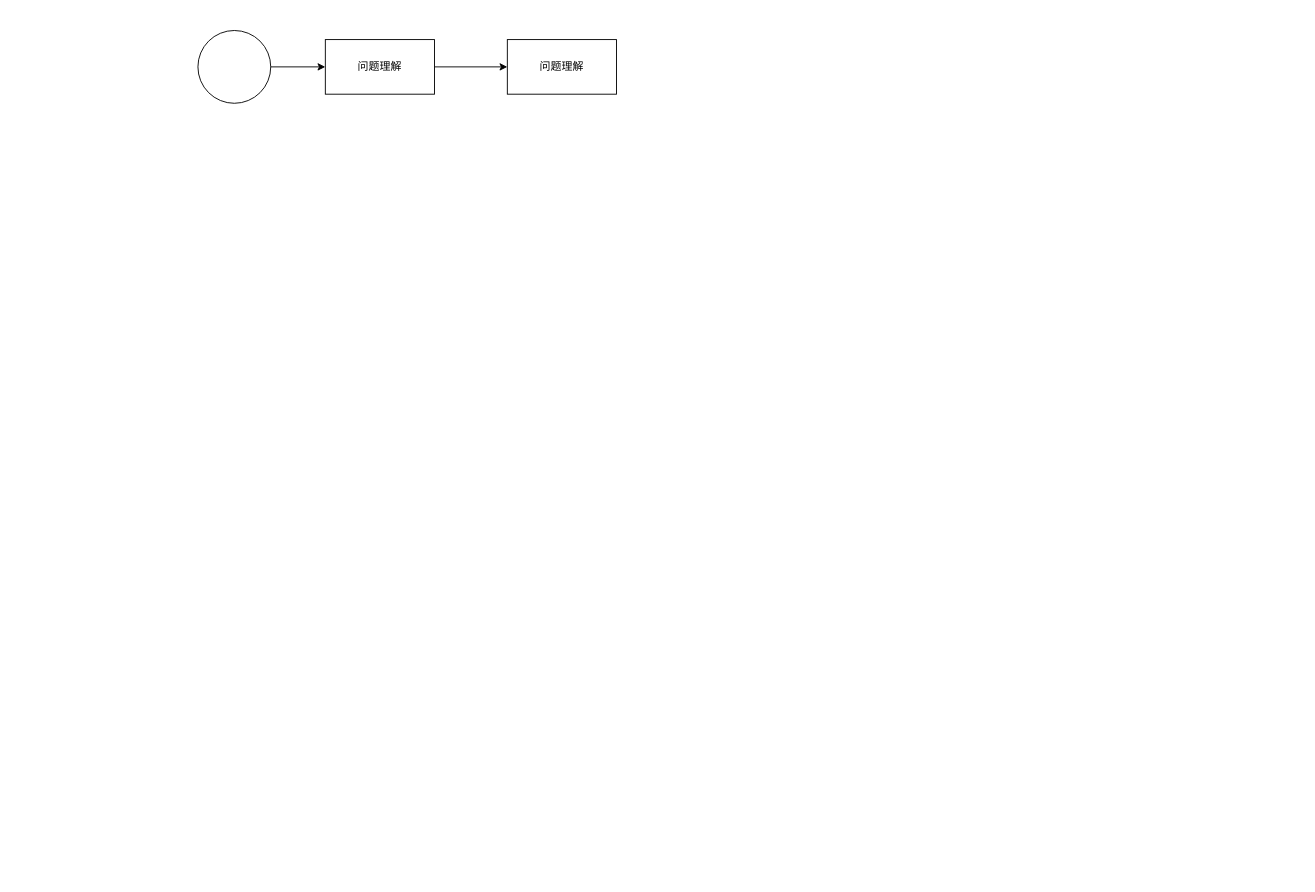
Earlier version of the draw.io diagram 问答机器人现状.drawio (FlyThroughAir/DrawHere). Source tidied: cells renumbered, new cells numbered last; positions are measured from the earlier drawing's top-left corner, leaving out a move shared by most shapes. Both pictures are drawn from the tidied source at 91%, with x=0, y=0 at pixel (197, 30).
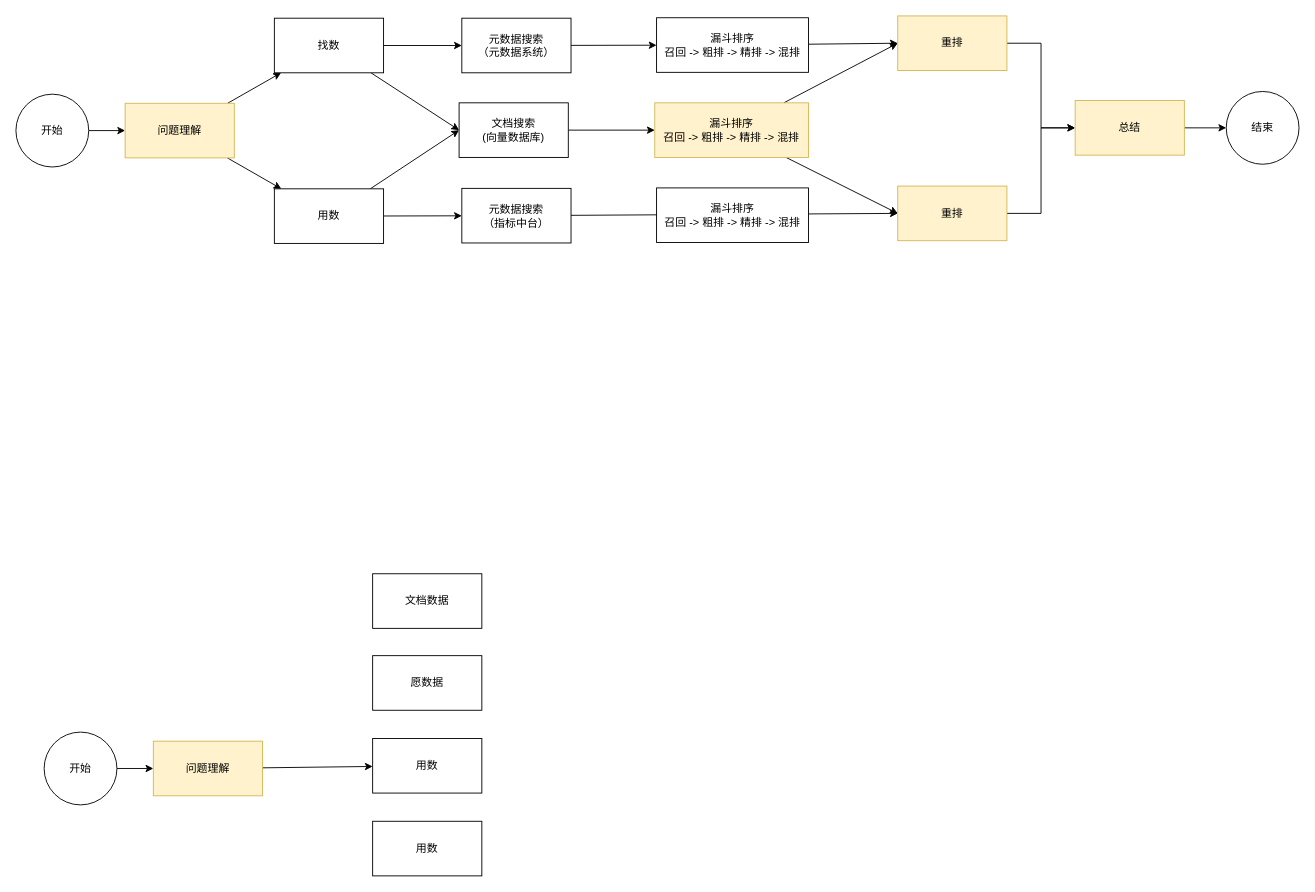
The same page after the edit.

Commit message (it also covers changes not shown here):
更新问答机器人现状.drawio

What changed in the source:
```diff
@@
-    <mxCell id="3" style="ellipse;whiteSpace=wrap;html=1;" parent="1" vertex="1">
-      <mxGeometry width="80" height="80" as="geometry" />
+    <mxCell id="3" value="开始" style="ellipse;whiteSpace=wrap;html=1;" parent="1" vertex="1">
+      <mxGeometry x="-200" y="70" width="80" height="80" as="geometry" />
     </mxCell>
-    <mxCell id="4" style="edgeStyle=orthogonalEdgeStyle;rounded=0;jettySize=auto;html=1;" parent="1" edge="1" source="5" target="6">
+    <mxCell id="4" style="rounded=0;jettySize=auto;html=1;" parent="1" edge="1" source="5" target="6">
       <mxGeometry relative="1" as="geometry" />
     </mxCell>
+    <mxCell id="7" style="rounded=0;jettySize=auto;html=1;" parent="1" edge="1" source="5" target="12">
+      <mxGeometry relative="1" as="geometry" />
+    </mxCell>
-    <mxCell id="5" value="问题理解" style="whiteSpace=wrap;html=1;" parent="1" vertex="1">
-      <mxGeometry x="140" y="10" width="120" height="60" as="geometry" />
+    <mxCell id="5" value="问题理解" style="whiteSpace=wrap;html=1;fillColor=#fff2cc;strokeColor=#d6b656;" parent="1" vertex="1">
+      <mxGeometry x="-80" y="80" width="120" height="60" as="geometry" />
     </mxCell>
+    <mxCell id="8" style="rounded=0;jettySize=auto;html=1;" parent="1" edge="1" source="38" target="15">
+      <mxGeometry relative="1" as="geometry" />
+    </mxCell>
+    <mxCell id="9" style="rounded=0;jettySize=auto;html=1;entryX=0;entryY=0.5;entryDx=0;entryDy=0;" parent="1" edge="1" source="6" target="21">
+      <mxGeometry relative="1" as="geometry" />
+    </mxCell>
-    <mxCell id="6" value="问题理解" style="whiteSpace=wrap;html=1;" parent="1" vertex="1">
-      <mxGeometry x="340" y="10" width="120" height="60" as="geometry" />
+    <mxCell id="6" value="找数" style="whiteSpace=wrap;html=1;" parent="1" vertex="1">
+      <mxGeometry x="84" y="-13.5" width="120" height="60" as="geometry" />
     </mxCell>
+    <mxCell id="10" style="rounded=0;jettySize=auto;html=1;" parent="1" edge="1" source="12" target="20">
+      <mxGeometry relative="1" as="geometry" />
+    </mxCell>
+    <mxCell id="11" style="rounded=0;jettySize=auto;html=1;entryX=0;entryY=0.5;entryDx=0;entryDy=0;" parent="1" edge="1" source="12" target="21">
+      <mxGeometry relative="1" as="geometry" />
+    </mxCell>
+    <mxCell id="12" value="用数" style="whiteSpace=wrap;html=1;" parent="1" vertex="1">
+      <mxGeometry x="84" y="174" width="120" height="60" as="geometry" />
+    </mxCell>
+    <mxCell id="13" style="edgeStyle=orthogonalEdgeStyle;rounded=0;jettySize=auto;html=1;entryX=0;entryY=0.5;entryDx=0;entryDy=0;exitX=1;exitY=0.5;exitDx=0;exitDy=0;" parent="1" edge="1" source="21" target="18">
+      <mxGeometry relative="1" as="geometry" />
+    </mxCell>
+    <mxCell id="14" style="rounded=0;jettySize=auto;html=1;entryX=0;entryY=0.5;entryDx=0;entryDy=0;" parent="1" edge="1" source="15" target="23">
+      <mxGeometry relative="1" as="geometry" />
+    </mxCell>
+    <mxCell id="15" value="漏斗排序&lt;div&gt;&lt;span style=&quot;background-color: initial; white-space: pre;&quot; class=&quot;text-only&quot;&gt;召回 -&amp;gt; 粗排 -&amp;gt; 精排 &lt;/span&gt;&lt;span style=&quot;white-space: pre;&quot;&gt;-&amp;gt; &lt;/span&gt;&lt;span style=&quot;background-color: initial; white-space: pre;&quot; class=&quot;text-only text-with-abbreviation text-with-abbreviation-bottomline&quot;&gt;混排&lt;/span&gt;&lt;br&gt;&lt;/div&gt;" style="whiteSpace=wrap;html=1;" parent="1" vertex="1">
+      <mxGeometry x="504" y="-14" width="167" height="60" as="geometry" />
+    </mxCell>
+    <mxCell id="16" style="rounded=0;jettySize=auto;html=1;entryX=0;entryY=0.5;entryDx=0;entryDy=0;" parent="1" edge="1" source="18" target="23">
+      <mxGeometry relative="1" as="geometry" />
+    </mxCell>
+    <mxCell id="17" style="rounded=0;jettySize=auto;html=1;entryX=0;entryY=0.5;entryDx=0;entryDy=0;" parent="1" edge="1" source="18" target="25">
+      <mxGeometry relative="1" as="geometry" />
+    </mxCell>
+    <mxCell id="18" value="&lt;div&gt;漏斗排序&lt;div&gt;&lt;span style=&quot;background-color: initial; white-space: pre;&quot; class=&quot;text-only&quot;&gt;召回 -&amp;gt; 粗排 -&amp;gt; 精排 &lt;/span&gt;&lt;span style=&quot;white-space: pre;&quot;&gt;-&amp;gt; &lt;/span&gt;&lt;span style=&quot;background-color: initial; white-space: pre;&quot; class=&quot;text-only text-with-abbreviation text-with-abbreviation-bottomline&quot;&gt;混排&lt;/span&gt;&lt;/div&gt;&lt;/div&gt;" style="whiteSpace=wrap;html=1;fillColor=#fff2cc;strokeColor=#d6b656;" parent="1" vertex="1">
+      <mxGeometry x="502" y="79.5" width="169" height="60" as="geometry" />
+    </mxCell>
+    <mxCell id="19" style="rounded=0;jettySize=auto;html=1;entryX=0;entryY=0.5;entryDx=0;entryDy=0;" parent="1" edge="1" source="20" target="25">
+      <mxGeometry relative="1" as="geometry" />
+    </mxCell>
+    <mxCell id="20" value="元数据搜索&lt;div&gt;（指标中台）&lt;/div&gt;" style="whiteSpace=wrap;html=1;" parent="1" vertex="1">
+      <mxGeometry x="290" y="173.5" width="120" height="60" as="geometry" />
+    </mxCell>
+    <mxCell id="21" value="文档搜索&lt;div&gt;(&lt;span style=&quot;background-color: initial;&quot;&gt;向量数据库&lt;/span&gt;&lt;span style=&quot;background-color: initial;&quot;&gt;)&lt;/span&gt;&lt;/div&gt;" style="whiteSpace=wrap;html=1;" parent="1" vertex="1">
+      <mxGeometry x="287" y="79.5" width="120" height="60" as="geometry" />
+    </mxCell>
+    <mxCell id="22" style="edgeStyle=orthogonalEdgeStyle;rounded=0;jettySize=auto;html=1;entryX=0;entryY=0.5;entryDx=0;entryDy=0;" parent="1" edge="1" source="23" target="27">
+      <mxGeometry relative="1" as="geometry" />
+    </mxCell>
+    <mxCell id="23" value="重排" style="whiteSpace=wrap;html=1;fillColor=#fff2cc;strokeColor=#d6b656;" parent="1" vertex="1">
+      <mxGeometry x="769" y="-16" width="120" height="60" as="geometry" />
+    </mxCell>
+    <mxCell id="24" style="edgeStyle=orthogonalEdgeStyle;rounded=0;jettySize=auto;html=1;entryX=0;entryY=0.5;entryDx=0;entryDy=0;" parent="1" edge="1" source="25" target="27">
+      <mxGeometry relative="1" as="geometry" />
+    </mxCell>
+    <mxCell id="25" value="重排" style="whiteSpace=wrap;html=1;fillColor=#fff2cc;strokeColor=#d6b656;" parent="1" vertex="1">
+      <mxGeometry x="769" y="171" width="120" height="60" as="geometry" />
+    </mxCell>
+    <mxCell id="26" style="edgeStyle=orthogonalEdgeStyle;rounded=0;jettySize=auto;html=1;entryX=0;entryY=0.5;entryDx=0;entryDy=0;" parent="1" edge="1" source="27" target="28">
+      <mxGeometry relative="1" as="geometry" />
+    </mxCell>
+    <mxCell id="27" value="总结" style="whiteSpace=wrap;html=1;fillColor=#fff2cc;strokeColor=#d6b656;" parent="1" vertex="1">
+      <mxGeometry x="964" y="77" width="120" height="60" as="geometry" />
+    </mxCell>
+    <mxCell id="28" value="结束" style="ellipse;whiteSpace=wrap;html=1;" parent="1" vertex="1">
+      <mxGeometry x="1130" y="67" width="80" height="80" as="geometry" />
+    </mxCell>
+    <mxCell id="29" style="edgeStyle=orthogonalEdgeStyle;rounded=0;jettySize=auto;html=1;" parent="1" edge="1" source="30" target="32">
+      <mxGeometry relative="1" as="geometry" />
+    </mxCell>
+    <mxCell id="30" value="开始" style="ellipse;whiteSpace=wrap;html=1;" parent="1" vertex="1">
+      <mxGeometry x="-169" y="771" width="80" height="80" as="geometry" />
+    </mxCell>
+    <mxCell id="31" style="rounded=0;jettySize=auto;html=1;" parent="1" edge="1" source="32" target="33">
+      <mxGeometry relative="1" as="geometry" />
+    </mxCell>
+    <mxCell id="32" value="问题理解" style="whiteSpace=wrap;html=1;fillColor=#fff2cc;strokeColor=#d6b656;" parent="1" vertex="1">
+      <mxGeometry x="-49" y="781" width="120" height="60" as="geometry" />
+    </mxCell>
+    <mxCell id="33" value="用数" style="whiteSpace=wrap;html=1;" parent="1" vertex="1">
+      <mxGeometry x="192" y="778" width="120" height="60" as="geometry" />
+    </mxCell>
+    <mxCell id="34" value="愿数据" style="whiteSpace=wrap;html=1;" parent="1" vertex="1">
+      <mxGeometry x="192" y="687" width="120" height="60" as="geometry" />
+    </mxCell>
+    <mxCell id="35" value="用数" style="whiteSpace=wrap;html=1;" parent="1" vertex="1">
+      <mxGeometry x="192" y="869" width="120" height="60" as="geometry" />
+    </mxCell>
+    <mxCell id="36" value="文档数据" style="whiteSpace=wrap;html=1;" parent="1" vertex="1">
+      <mxGeometry x="192" y="597" width="120" height="60" as="geometry" />
+    </mxCell>
+    <mxCell id="37" style="rounded=0;jettySize=auto;html=1;" parent="1" edge="1" source="6" target="38">
+      <mxGeometry relative="1" as="geometry" />
+    </mxCell>
+    <mxCell id="38" value="元数据搜索&lt;div&gt;（元数据系统）&lt;/div&gt;" style="whiteSpace=wrap;html=1;" parent="1" vertex="1">
+      <mxGeometry x="290" y="-13.5" width="120" height="60" as="geometry" />
+    </mxCell>
+    <mxCell id="39" value="漏斗排序&lt;div&gt;&lt;span style=&quot;background-color: initial; white-space: pre;&quot; class=&quot;text-only&quot;&gt;召回 -&amp;gt; 粗排 -&amp;gt; 精排 &lt;/span&gt;&lt;span style=&quot;white-space: pre;&quot;&gt;-&amp;gt; &lt;/span&gt;&lt;span style=&quot;background-color: initial; white-space: pre;&quot; class=&quot;text-only text-with-abbreviation text-with-abbreviation-bottomline&quot;&gt;混排&lt;/span&gt;&lt;br&gt;&lt;/div&gt;" style="whiteSpace=wrap;html=1;" parent="1" vertex="1">
+      <mxGeometry x="504" y="173" width="167" height="60" as="geometry" />
+    </mxCell>
```
